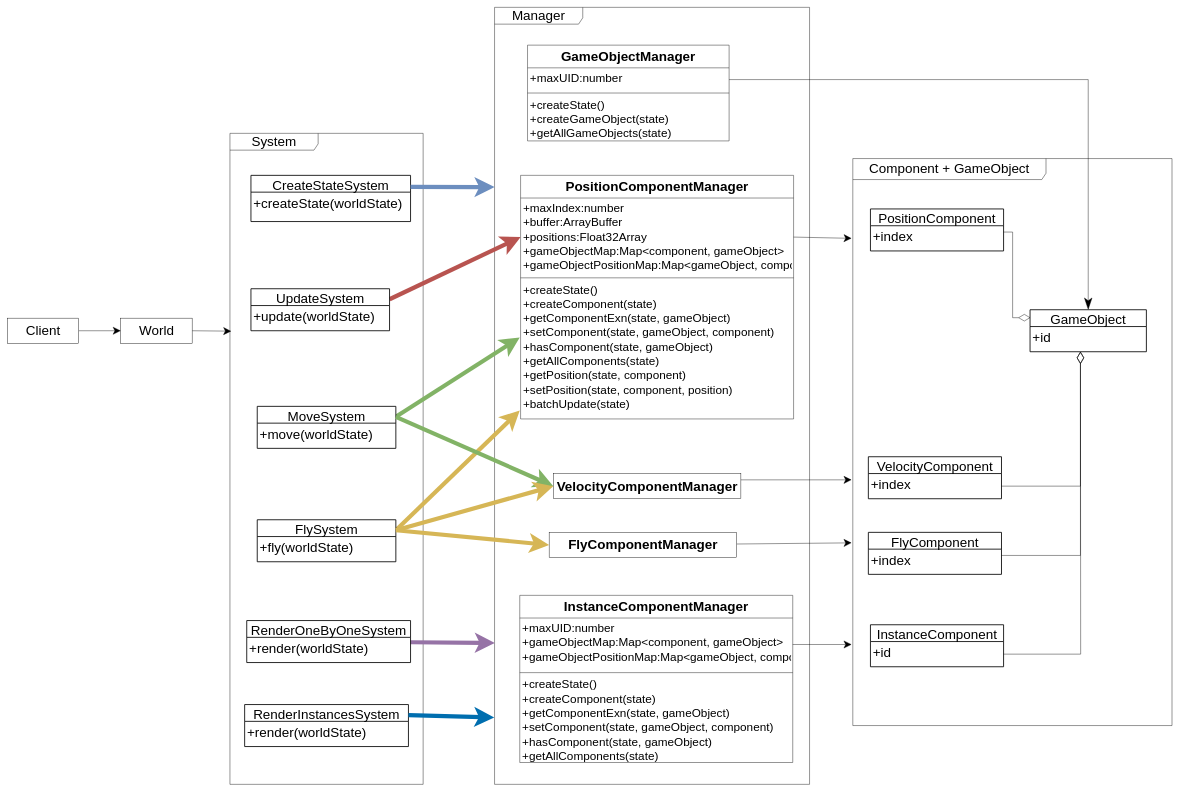
The draw.io diagram packages/ECS模式/story_improve/UML.drawio in yyc-git/3DProgramPattern, before the edit. Source tidied: cells renumbered, new cells numbered last; positions are measured from the earlier drawing's top-left corner, leaving out a move shared by most shapes. Both pictures are drawn from the tidied source at 42%, with x=0, y=0 at pixel (7, 7).
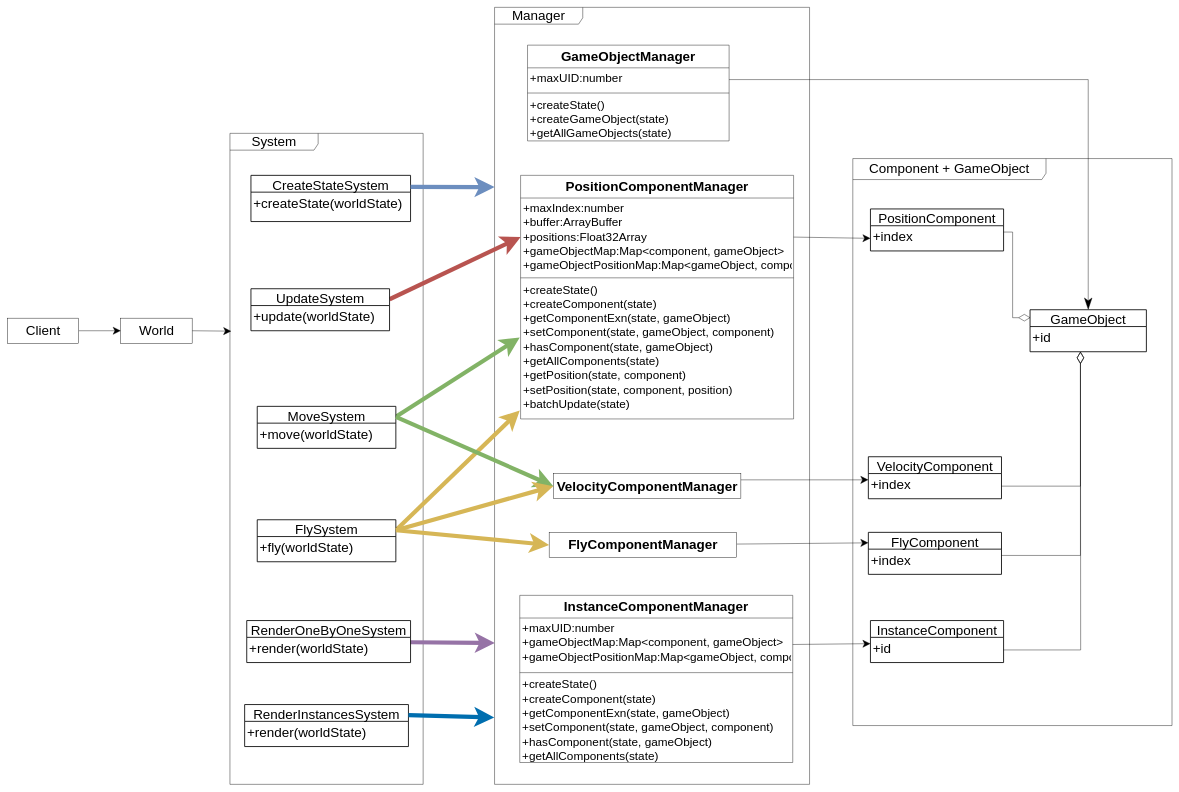
After the change.

The change refers to these unchanged cells:
```xml
<mxCell id="10" value="+index" style="align=left;strokeColor=none;fillColor=none;spacingLeft=4;fontSize=32;verticalAlign=top;" parent="9" vertex="1">
  <mxGeometry y="40" width="317" height="60" as="geometry" />
</mxCell>
<mxCell id="13" value="+maxIndex:number&#10;+buffer:ArrayBuffer&#10;+positions:Float32Array&#10;+gameObjectMap:Map&lt;component, gameObject&gt;&#10;+gameObjectPositionMap:Map&lt;gameObject, component&gt;" style="text;strokeColor=none;fillColor=none;align=left;verticalAlign=top;spacingLeft=4;spacingRight=4;overflow=hidden;points=[[0,0.5],[1,0.5]];portConstraint=eastwest;fontSize=28;" parent="12" vertex="1">
  <mxGeometry y="54" width="650" height="186" as="geometry" />
</mxCell>
<mxCell id="20" value="+index" style="align=left;strokeColor=none;fillColor=none;spacingLeft=4;fontSize=32;verticalAlign=top;" parent="19" vertex="1">
  <mxGeometry y="40" width="317" height="60" as="geometry" />
</mxCell>
<mxCell id="33" value="&lt;span style=&quot;font-weight: 700&quot;&gt;VelocityComponentManager&lt;/span&gt;" style="html=1;fontSize=32;" parent="1" vertex="1">
  <mxGeometry x="1300" y="1110" width="446.5" height="60" as="geometry" />
</mxCell>
<mxCell id="35" value="&lt;span style=&quot;font-weight: 700&quot;&gt;FlyComponentManager&lt;/span&gt;" style="html=1;fontSize=32;" parent="1" vertex="1">
  <mxGeometry x="1290" y="1250" width="446.5" height="60" as="geometry" />
</mxCell>
<mxCell id="38" value="+maxUID:number&#10;+gameObjectMap:Map&lt;component, gameObject&gt;&#10;+gameObjectPositionMap:Map&lt;gameObject, component&gt;" style="text;strokeColor=none;fillColor=none;align=left;verticalAlign=top;spacingLeft=4;spacingRight=4;overflow=hidden;points=[[0,0.5],[1,0.5]];portConstraint=eastwest;fontSize=28;" parent="37" vertex="1">
  <mxGeometry y="54" width="650" height="126" as="geometry" />
</mxCell>
<mxCell id="56" value="FlyComponent" style="swimlane;horizontal=1;startSize=40;rounded=0;fontSize=32;fontStyle=0;strokeWidth=2;shadow=0;dashed=0;align=center;" parent="1" vertex="1">
  <mxGeometry x="2050" y="1250" width="317" height="100" as="geometry" />
</mxCell>
<mxCell id="59" value="+id" style="align=left;strokeColor=none;fillColor=none;spacingLeft=4;fontSize=32;verticalAlign=top;" parent="58" vertex="1">
  <mxGeometry y="40" width="317" height="60" as="geometry" />
</mxCell>
```

Diff of the diagram source:
```diff
@@
-    <mxCell id="11" style="rounded=0;jettySize=auto;html=1;endArrow=classic;endFill=1;startSize=16;endSize=16;exitX=1;exitY=0.5;exitDx=0;exitDy=0;" parent="1" edge="1" source="13">
-      <mxGeometry relative="1" as="geometry">
-        <mxPoint x="2010" y="550" as="targetPoint" />
-      </mxGeometry>
+    <mxCell id="11" style="rounded=0;jettySize=auto;html=1;endArrow=classic;endFill=1;startSize=16;endSize=16;exitX=1;exitY=0.5;exitDx=0;exitDy=0;entryX=0;entryY=0.5;entryDx=0;entryDy=0;" parent="1" edge="1" source="13" target="10">
+      <mxGeometry relative="1" as="geometry" />
     </mxCell>
@@
-    <mxCell id="21" style="rounded=0;jettySize=auto;html=1;endArrow=classic;endFill=1;startSize=16;endSize=16;exitX=1;exitY=0.25;exitDx=0;exitDy=0;" parent="1" edge="1" source="33">
-      <mxGeometry relative="1" as="geometry">
-        <mxPoint x="2010" y="1125" as="targetPoint" />
-      </mxGeometry>
+    <mxCell id="21" style="rounded=0;jettySize=auto;html=1;endArrow=classic;endFill=1;startSize=16;endSize=16;exitX=1;exitY=0.25;exitDx=0;exitDy=0;entryX=0;entryY=0.25;entryDx=0;entryDy=0;" parent="1" edge="1" source="33" target="20">
+      <mxGeometry relative="1" as="geometry" />
     </mxCell>
@@
-    <mxCell id="34" style="edgeStyle=none;rounded=0;jettySize=auto;html=1;startArrow=none;startFill=0;endArrow=classic;endFill=1;startSize=16;endSize=16;strokeWidth=1;" parent="1" edge="1" source="35">
-      <mxGeometry relative="1" as="geometry">
-        <mxPoint x="2010" y="1275" as="targetPoint" />
-      </mxGeometry>
+    <mxCell id="34" style="edgeStyle=none;rounded=0;jettySize=auto;html=1;startArrow=none;startFill=0;endArrow=classic;endFill=1;startSize=16;endSize=16;strokeWidth=1;entryX=0;entryY=0.25;entryDx=0;entryDy=0;" parent="1" edge="1" source="35" target="56">
+      <mxGeometry relative="1" as="geometry" />
     </mxCell>
@@
-    <mxCell id="36" style="edgeStyle=none;rounded=0;jettySize=auto;html=1;startArrow=none;startFill=0;endArrow=classic;endFill=1;startSize=16;endSize=16;strokeWidth=1;exitX=1;exitY=0.5;exitDx=0;exitDy=0;" parent="1" edge="1" source="38">
-      <mxGeometry relative="1" as="geometry">
-        <mxPoint x="2010" y="1517" as="targetPoint" />
-      </mxGeometry>
+    <mxCell id="36" style="edgeStyle=none;rounded=0;jettySize=auto;html=1;startArrow=none;startFill=0;endArrow=classic;endFill=1;startSize=16;endSize=16;strokeWidth=1;exitX=1;exitY=0.5;exitDx=0;exitDy=0;entryX=0;entryY=0.25;entryDx=0;entryDy=0;" parent="1" edge="1" source="38" target="59">
+      <mxGeometry relative="1" as="geometry" />
     </mxCell>
@@
     <mxCell id="58" value="InstanceComponent" style="swimlane;horizontal=1;startSize=40;rounded=0;fontSize=32;fontStyle=0;strokeWidth=2;shadow=0;dashed=0;align=center;" parent="1" vertex="1">
-      <mxGeometry x="2055" y="1470" width="317" height="100" as="geometry" />
+      <mxGeometry x="2055" y="1460" width="317" height="100" as="geometry" />
     </mxCell>
```
